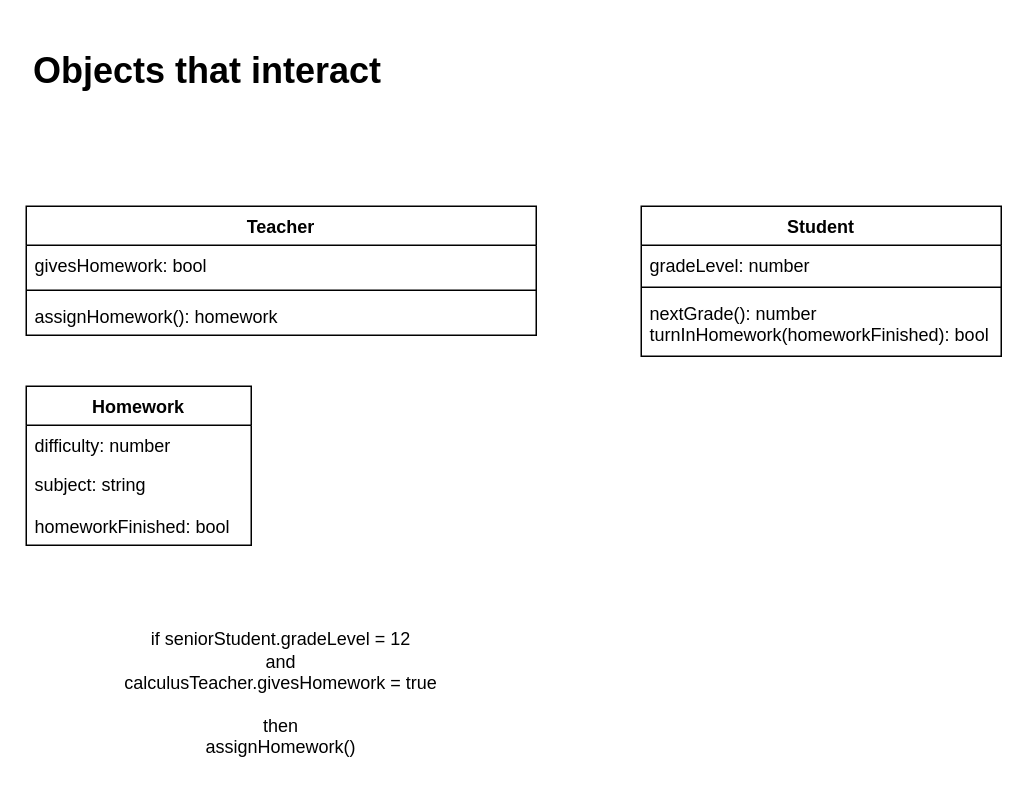
Earlier version of the draw.io diagram page "Objects that interact" (2 of 2) of CSCS1240Notes.drawio (patrick965/CSCS1240S21). Source tidied: cells renumbered, new cells numbered last; positions are measured from the earlier drawing's top-left corner, leaving out a move shared by most shapes. Both pictures are drawn from the tidied source at 150%, with x=0, y=0 at pixel (26, 40).
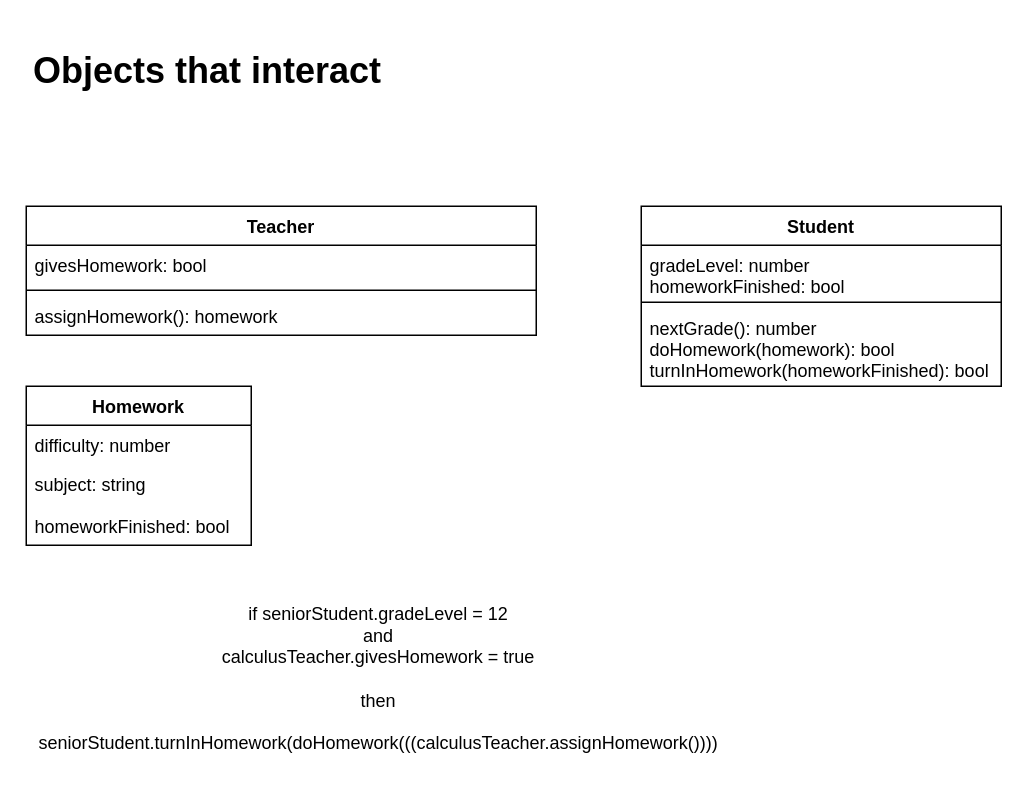
The same page after the edit.

Commit message:
updated 2 objects that interact

The edit, as a diff of the source:
```diff
@@
 <mxGraphModel>
   <root>
     <mxCell id="0" />
     <mxCell id="1" parent="0" />
     <mxCell id="2" value="&lt;h1&gt;Objects that interact&lt;/h1&gt;" style="text;html=1;strokeColor=none;fillColor=none;spacing=5;spacingTop=-20;whiteSpace=wrap;overflow=hidden;rounded=0;" parent="1" vertex="1">
       <mxGeometry width="250" height="40" as="geometry" />
     </mxCell>
     <mxCell id="3" value="Teacher" style="swimlane;fontStyle=1;align=center;verticalAlign=top;horizontal=1;startSize=26;" parent="1" vertex="1">
       <mxGeometry y="110" width="340" height="86" as="geometry" />
     </mxCell>
     <mxCell id="4" value="givesHomework: bool" style="text;strokeColor=none;fillColor=none;align=left;verticalAlign=top;spacingLeft=4;spacingRight=4;overflow=hidden;" parent="3" vertex="1">
       <mxGeometry y="26" width="340" height="26" as="geometry" />
     </mxCell>
     <mxCell id="5" style="line;strokeWidth=1;fillColor=none;align=left;verticalAlign=middle;spacingTop=-1;spacingLeft=3;spacingRight=3;labelPosition=right;" parent="3" vertex="1">
       <mxGeometry y="52" width="340" height="8" as="geometry" />
     </mxCell>
     <mxCell id="6" value="assignHomework(): homework" style="text;strokeColor=none;fillColor=none;align=left;verticalAlign=top;spacingLeft=4;spacingRight=4;overflow=hidden;" parent="3" vertex="1">
       <mxGeometry y="60" width="340" height="26" as="geometry" />
     </mxCell>
     <mxCell id="7" value="Student" style="swimlane;fontStyle=1;align=center;verticalAlign=top;horizontal=1;startSize=26;" parent="1" vertex="1">
-      <mxGeometry x="410" y="110" width="240" height="100" as="geometry" />
+      <mxGeometry x="410" y="110" width="240" height="120" as="geometry" />
     </mxCell>
-    <mxCell id="8" value="gradeLevel: number" style="text;strokeColor=none;fillColor=none;align=left;verticalAlign=top;spacingLeft=4;spacingRight=4;overflow=hidden;" parent="7" vertex="1">
-      <mxGeometry y="26" width="240" height="24" as="geometry" />
+    <mxCell id="8" value="gradeLevel: number&#10;homeworkFinished: bool&#10;" style="text;strokeColor=none;fillColor=none;align=left;verticalAlign=top;spacingLeft=4;spacingRight=4;overflow=hidden;" parent="7" vertex="1">
+      <mxGeometry y="26" width="240" height="34" as="geometry" />
     </mxCell>
     <mxCell id="9" style="line;strokeWidth=1;fillColor=none;align=left;verticalAlign=middle;spacingTop=-1;spacingLeft=3;spacingRight=3;labelPosition=right;" parent="7" vertex="1">
-      <mxGeometry y="50" width="240" height="8" as="geometry" />
+      <mxGeometry y="60" width="240" height="8" as="geometry" />
     </mxCell>
-    <mxCell id="10" value="nextGrade(): number&#10;turnInHomework(homeworkFinished): bool" style="text;strokeColor=none;fillColor=none;align=left;verticalAlign=top;spacingLeft=4;spacingRight=4;overflow=hidden;" parent="7" vertex="1">
-      <mxGeometry y="58" width="240" height="42" as="geometry" />
+    <mxCell id="10" value="nextGrade(): number&#10;doHomework(homework): bool&#10;turnInHomework(homeworkFinished): bool&#10;" style="text;strokeColor=none;fillColor=none;align=left;verticalAlign=top;spacingLeft=4;spacingRight=4;overflow=hidden;" parent="7" vertex="1">
+      <mxGeometry y="68" width="240" height="52" as="geometry" />
     </mxCell>
     <mxCell id="11" value="Homework" style="swimlane;fontStyle=1;horizontal=1;startSize=26;fillColor=none;" parent="1" vertex="1">
       <mxGeometry y="230" width="150" height="106" as="geometry" />
     </mxCell>
     <mxCell id="12" value="difficulty: number" style="text;strokeColor=none;fillColor=none;align=left;verticalAlign=top;spacingLeft=4;spacingRight=4;overflow=hidden;" parent="11" vertex="1">
       <mxGeometry y="26" width="150" height="26" as="geometry" />
     </mxCell>
     <mxCell id="13" value="subject: string" style="text;strokeColor=none;fillColor=none;align=left;verticalAlign=top;spacingLeft=4;spacingRight=4;overflow=hidden;" parent="11" vertex="1">
       <mxGeometry y="52" width="150" height="28" as="geometry" />
     </mxCell>
     <mxCell id="14" value="homeworkFinished: bool" style="text;strokeColor=none;fillColor=none;align=left;verticalAlign=top;spacingLeft=4;spacingRight=4;overflow=hidden;" parent="11" vertex="1">
       <mxGeometry y="80" width="150" height="26" as="geometry" />
     </mxCell>
-    <mxCell id="15" value="if seniorStudent.gradeLevel = 12&lt;br&gt;and&lt;br&gt;calculusTeacher.givesHomework = true&lt;br&gt;&lt;br&gt;then&lt;br&gt;assignHomework()" style="text;html=1;strokeColor=none;fillColor=none;align=center;verticalAlign=middle;whiteSpace=wrap;rounded=0;" parent="1" vertex="1">
-      <mxGeometry y="390" width="340" height="90" as="geometry" />
+    <mxCell id="15" value="if seniorStudent.gradeLevel = 12&lt;br&gt;and&lt;br&gt;calculusTeacher.givesHomework = true&lt;br&gt;&lt;br&gt;then&lt;br&gt;&lt;br&gt;seniorStudent.turnInHomework(doHomework(((calculusTeacher.assignHomework())))" style="text;html=1;strokeColor=none;fillColor=none;align=center;verticalAlign=middle;whiteSpace=wrap;rounded=0;" parent="1" vertex="1">
+      <mxGeometry x="65" y="380" width="340" height="90" as="geometry" />
     </mxCell>
   </root>
 </mxGraphModel>
```
